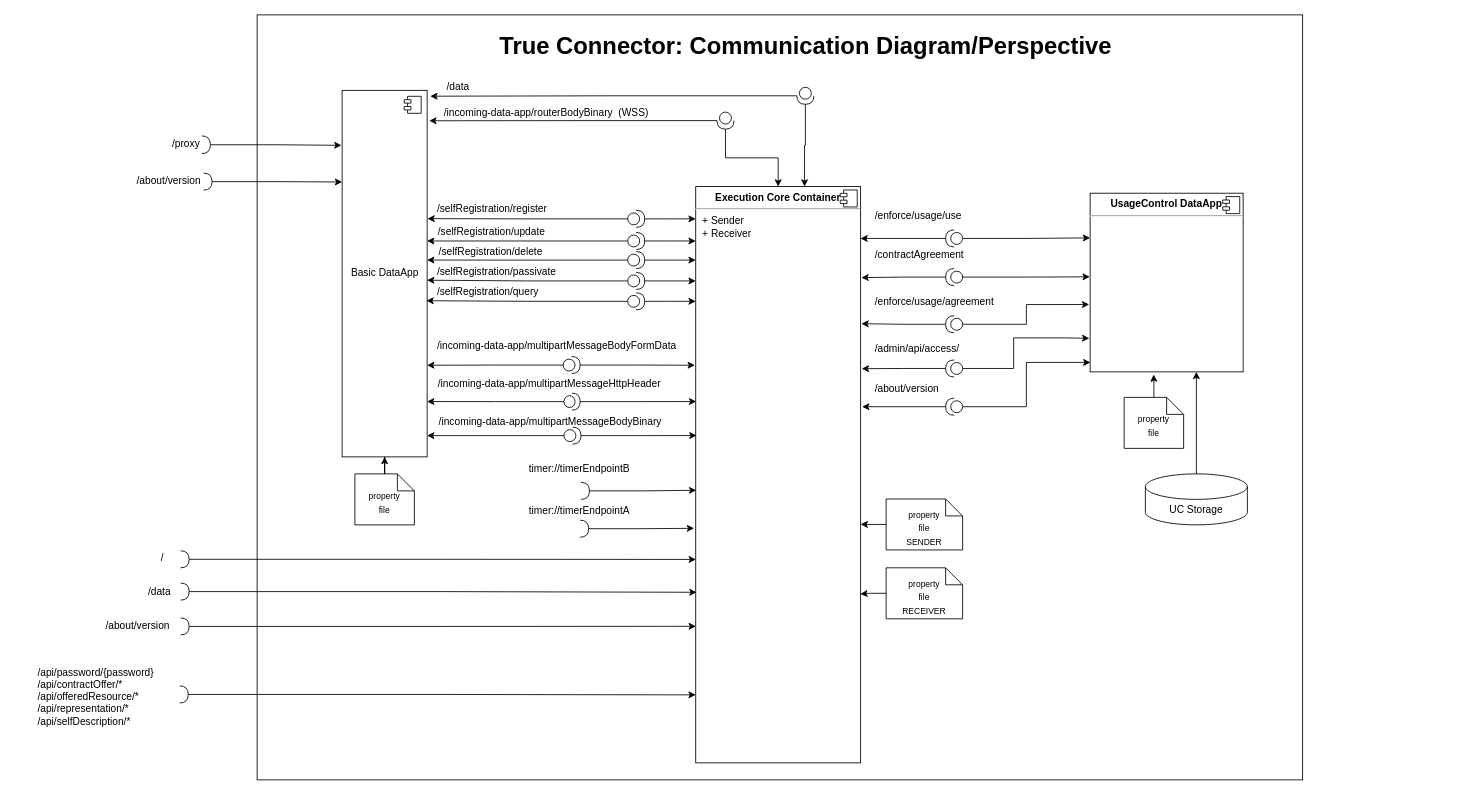
The draw.io diagram doc/diagrams/TRUEConnector diagram.drawio in Engineering-Research-and-Development/true-connector, before the edit. Source tidied: cells renumbered, new cells numbered last; positions are measured from the earlier drawing's top-left corner, leaving out a move shared by most shapes. Both pictures are drawn from the tidied source at 85%, with x=0, y=0 at pixel (36, 14).
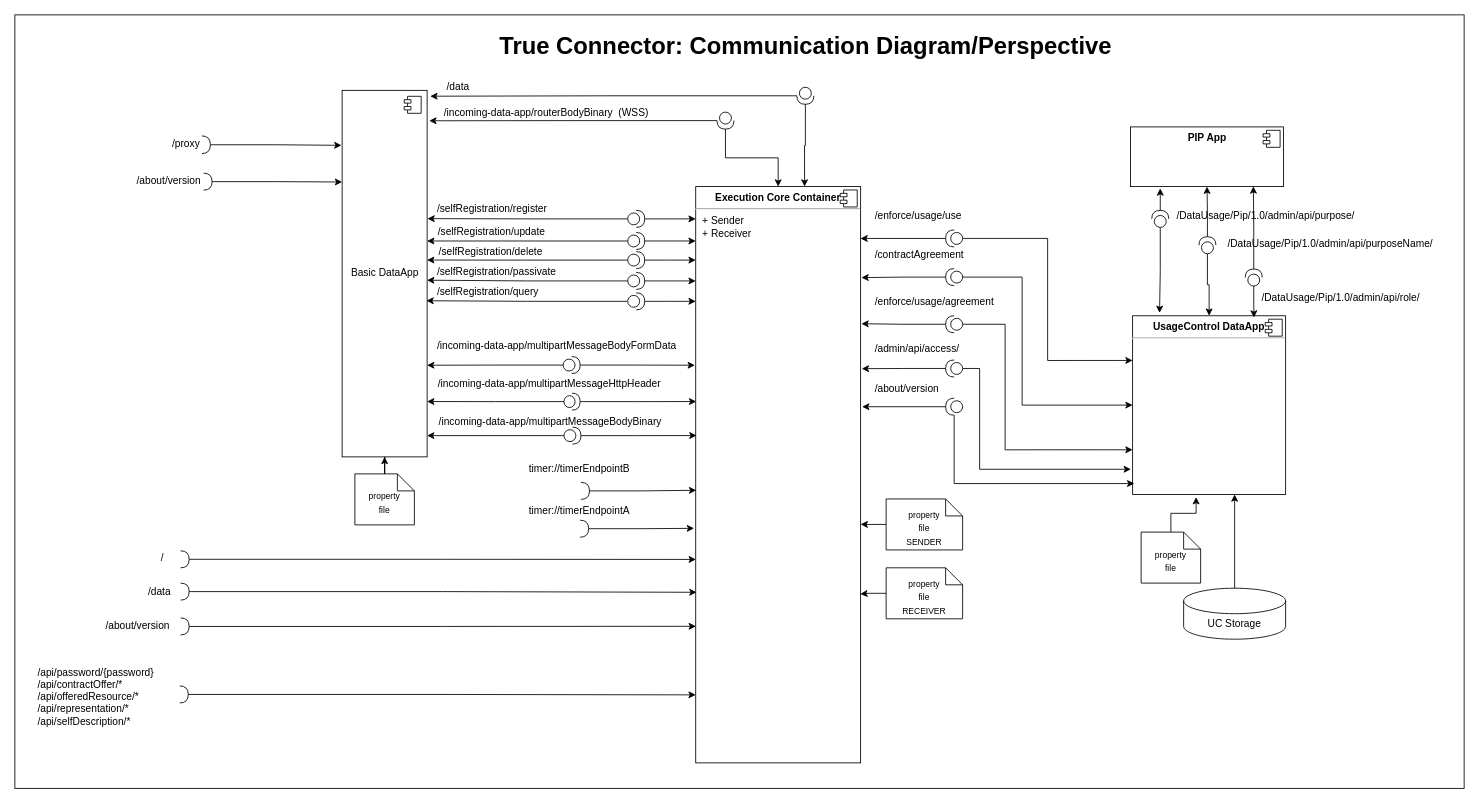
The same page after the edit.

Commit message (it also covers changes not shown here):
Updated TRUEConnector diagram

Unchanged cells that the change refers to:
```xml
<mxCell id="17" value="&lt;p style=&quot;margin:0px;margin-top:6px;text-align:center;&quot;&gt;&lt;b&gt;Execution Core Container&lt;/b&gt;&lt;/p&gt;&lt;hr&gt;&lt;p style=&quot;margin:0px;margin-left:8px;&quot;&gt;+ Sender&lt;br&gt;+ Receiver&lt;/p&gt;" style="align=left;overflow=fill;html=1;" parent="1" vertex="1">
  <mxGeometry x="776" y="202" width="194" height="678" as="geometry" />
</mxCell>
<mxCell id="75" style="shape=providedRequiredInterface;html=1;verticalLabelPosition=bottom;sketch=0;direction=west;" parent="1" vertex="1">
  <mxGeometry x="1070" y="298.5" width="20" height="20" as="geometry" />
</mxCell>
<mxCell id="78" style="shape=providedRequiredInterface;html=1;verticalLabelPosition=bottom;sketch=0;direction=west;" parent="1" vertex="1">
  <mxGeometry x="1070" y="354" width="20" height="20" as="geometry" />
</mxCell>
<mxCell id="82" style="shape=providedRequiredInterface;html=1;verticalLabelPosition=bottom;sketch=0;direction=west;" parent="1" vertex="1">
  <mxGeometry x="1070" y="406" width="20" height="20" as="geometry" />
</mxCell>
<mxCell id="104" style="shape=providedRequiredInterface;html=1;verticalLabelPosition=bottom;sketch=0;direction=west;" parent="1" vertex="1">
  <mxGeometry x="1070" y="451" width="20" height="20" as="geometry" />
</mxCell>
```

The edit, as a diff of the source:
```diff
@@
-    <mxCell id="2" style="rounded=0;whiteSpace=wrap;html=1;fontSize=10;" parent="1" vertex="1">
-      <mxGeometry x="260" width="1230" height="900" as="geometry" />
-    </mxCell>
+    <mxCell id="105" style="rounded=0;whiteSpace=wrap;html=1;" parent="1" vertex="1">
+      <mxGeometry x="-25" width="1705" height="910" as="geometry" />
+    </mxCell>
@@
     <mxCell id="5" value="&lt;p style=&quot;margin:0px;margin-top:6px;text-align:center;&quot;&gt;&lt;b&gt;UsageControl DataApp&lt;/b&gt;&lt;/p&gt;&lt;hr&gt;&lt;p style=&quot;margin:0px;margin-left:8px;&quot;&gt;&lt;br&gt;&lt;/p&gt;" style="align=left;overflow=fill;html=1;" parent="1" vertex="1">
-      <mxGeometry x="1240" y="209.8" width="180" height="210.2" as="geometry" />
+      <mxGeometry x="1290" y="354" width="180" height="210.2" as="geometry" />
     </mxCell>
@@
     <mxCell id="35" value="UC Storage" style="shape=cylinder3;whiteSpace=wrap;html=1;boundedLbl=1;backgroundOutline=1;size=15;" parent="1" vertex="1">
-      <mxGeometry x="1305" y="540" width="120" height="60" as="geometry" />
+      <mxGeometry x="1350" y="674.5" width="120" height="60" as="geometry" />
     </mxCell>
@@
-    <mxCell id="74" style="edgeStyle=orthogonalEdgeStyle;rounded=0;jettySize=auto;html=1;entryX=-0.002;entryY=0.468;entryDx=0;entryDy=0;entryPerimeter=0;fontSize=10;" parent="1" edge="1" source="75" target="5">
-      <mxGeometry relative="1" as="geometry" />
+    <mxCell id="74" style="edgeStyle=orthogonalEdgeStyle;rounded=0;jettySize=auto;html=1;entryX=0;entryY=0.5;entryDx=0;entryDy=0;" parent="1" edge="1" source="75" target="5">
+      <mxGeometry relative="1" as="geometry">
+        <Array as="points">
+          <mxPoint x="1160" y="309" />
+          <mxPoint x="1160" y="459" />
+        </Array>
+      </mxGeometry>
     </mxCell>
@@
-    <mxCell id="77" style="edgeStyle=orthogonalEdgeStyle;rounded=0;jettySize=auto;html=1;entryX=-0.006;entryY=0.623;entryDx=0;entryDy=0;entryPerimeter=0;fontSize=10;" parent="1" edge="1" source="78" target="5">
-      <mxGeometry relative="1" as="geometry" />
+    <mxCell id="77" style="edgeStyle=orthogonalEdgeStyle;rounded=0;jettySize=auto;html=1;entryX=0;entryY=0.75;entryDx=0;entryDy=0;" parent="1" edge="1" source="78" target="5">
+      <mxGeometry relative="1" as="geometry">
+        <Array as="points">
+          <mxPoint x="1140" y="364" />
+          <mxPoint x="1140" y="512" />
+        </Array>
+      </mxGeometry>
     </mxCell>
@@
+    <mxCell id="81" style="edgeStyle=orthogonalEdgeStyle;rounded=0;jettySize=auto;html=1;fontSize=10;entryX=1.007;entryY=0.316;entryDx=0;entryDy=0;entryPerimeter=0;" parent="1" edge="1" source="82" target="17">
+      <mxGeometry relative="1" as="geometry" />
+    </mxCell>
-    <mxCell id="80" style="edgeStyle=orthogonalEdgeStyle;rounded=0;jettySize=auto;html=1;fontSize=10;entryX=-0.005;entryY=0.812;entryDx=0;entryDy=0;entryPerimeter=0;" parent="1" edge="1" source="82" target="5">
+    <mxCell id="80" style="edgeStyle=orthogonalEdgeStyle;rounded=0;jettySize=auto;html=1;entryX=-0.011;entryY=0.859;entryDx=0;entryDy=0;entryPerimeter=0;" parent="1" edge="1" source="82" target="5">
       <mxGeometry relative="1" as="geometry">
         <Array as="points">
-          <mxPoint x="1150" y="416" />
-          <mxPoint x="1150" y="380" />
-          <mxPoint x="1210" y="380" />
+          <mxPoint x="1110" y="416" />
+          <mxPoint x="1110" y="535" />
         </Array>
       </mxGeometry>
     </mxCell>
-    <mxCell id="81" style="edgeStyle=orthogonalEdgeStyle;rounded=0;jettySize=auto;html=1;fontSize=10;entryX=1.007;entryY=0.316;entryDx=0;entryDy=0;entryPerimeter=0;" parent="1" edge="1" source="82" target="17">
-      <mxGeometry relative="1" as="geometry" />
-    </mxCell>
@@
     <mxCell id="101" value="&lt;p style=&quot;line-height: 30%;&quot;&gt;&lt;font style=&quot;font-size: 10px;&quot;&gt;property&lt;br&gt;file&lt;br&gt;&lt;/font&gt;&lt;/p&gt;" style="shape=note;size=20;whiteSpace=wrap;html=1;fontSize=30;" parent="1" vertex="1">
-      <mxGeometry x="1280" y="450" width="70" height="60" as="geometry" />
+      <mxGeometry x="1300" y="608.5" width="70" height="60" as="geometry" />
     </mxCell>
+    <mxCell id="103" style="edgeStyle=orthogonalEdgeStyle;rounded=0;jettySize=auto;html=1;entryX=1.009;entryY=0.382;entryDx=0;entryDy=0;entryPerimeter=0;fontSize=10;" parent="1" edge="1" source="104" target="17">
+      <mxGeometry relative="1" as="geometry" />
+    </mxCell>
-    <mxCell id="102" style="edgeStyle=orthogonalEdgeStyle;rounded=0;jettySize=auto;html=1;entryX=0.002;entryY=0.947;entryDx=0;entryDy=0;entryPerimeter=0;fontSize=10;" parent="1" edge="1" source="104" target="5">
-      <mxGeometry relative="1" as="geometry" />
+    <mxCell id="102" style="edgeStyle=orthogonalEdgeStyle;rounded=0;jettySize=auto;html=1;entryX=0.011;entryY=0.939;entryDx=0;entryDy=0;entryPerimeter=0;" parent="1" edge="1" source="104" target="5">
+      <mxGeometry relative="1" as="geometry">
+        <Array as="points">
+          <mxPoint x="1080" y="551" />
+        </Array>
+      </mxGeometry>
     </mxCell>
-    <mxCell id="103" style="edgeStyle=orthogonalEdgeStyle;rounded=0;jettySize=auto;html=1;entryX=1.009;entryY=0.382;entryDx=0;entryDy=0;entryPerimeter=0;fontSize=10;" parent="1" edge="1" source="104" target="17">
-      <mxGeometry relative="1" as="geometry" />
-    </mxCell>
@@
+    <mxCell id="106" value="&lt;p style=&quot;margin:0px;margin-top:6px;text-align:center;&quot;&gt;&lt;b&gt;PIP App&lt;/b&gt;&lt;/p&gt;" style="align=left;overflow=fill;html=1;" parent="1" vertex="1">
+      <mxGeometry x="1287.5" y="131.8" width="180" height="70.2" as="geometry" />
+    </mxCell>
+    <mxCell id="107" style="shape=component;jettyWidth=8;jettyHeight=4;" parent="106" vertex="1">
+      <mxGeometry x="1" width="20" height="20" relative="1" as="geometry">
+        <mxPoint x="-24" y="4" as="offset" />
+      </mxGeometry>
+    </mxCell>
+    <mxCell id="108" style="edgeStyle=orthogonalEdgeStyle;rounded=0;jettySize=auto;html=1;entryX=0.194;entryY=1.031;entryDx=0;entryDy=0;entryPerimeter=0;" parent="1" edge="1" source="110" target="106">
+      <mxGeometry relative="1" as="geometry" />
+    </mxCell>
+    <mxCell id="109" style="edgeStyle=orthogonalEdgeStyle;rounded=0;jettySize=auto;html=1;entryX=0.176;entryY=-0.016;entryDx=0;entryDy=0;entryPerimeter=0;" parent="1" edge="1" source="110" target="5">
+      <mxGeometry relative="1" as="geometry" />
+    </mxCell>
+    <mxCell id="110" style="shape=providedRequiredInterface;html=1;verticalLabelPosition=bottom;sketch=0;direction=north;" parent="1" vertex="1">
+      <mxGeometry x="1312.5" y="230" width="20" height="20" as="geometry" />
+    </mxCell>
+    <mxCell id="111" style="edgeStyle=orthogonalEdgeStyle;rounded=0;jettySize=auto;html=1;entryX=0.5;entryY=1;entryDx=0;entryDy=0;" parent="1" edge="1" source="113" target="106">
+      <mxGeometry relative="1" as="geometry" />
+    </mxCell>
+    <mxCell id="112" style="edgeStyle=orthogonalEdgeStyle;rounded=0;jettySize=auto;html=1;entryX=0.5;entryY=0;entryDx=0;entryDy=0;" parent="1" edge="1" source="113" target="5">
+      <mxGeometry relative="1" as="geometry" />
+    </mxCell>
+    <mxCell id="113" style="shape=providedRequiredInterface;html=1;verticalLabelPosition=bottom;sketch=0;direction=north;" parent="1" vertex="1">
+      <mxGeometry x="1368" y="261" width="20" height="20" as="geometry" />
+    </mxCell>
+    <mxCell id="114" style="edgeStyle=orthogonalEdgeStyle;rounded=0;jettySize=auto;html=1;entryX=0.803;entryY=0.997;entryDx=0;entryDy=0;entryPerimeter=0;" parent="1" edge="1" source="116" target="106">
+      <mxGeometry relative="1" as="geometry" />
+    </mxCell>
+    <mxCell id="115" style="edgeStyle=orthogonalEdgeStyle;rounded=0;jettySize=auto;html=1;entryX=0.793;entryY=0.01;entryDx=0;entryDy=0;entryPerimeter=0;" parent="1" edge="1" source="116" target="5">
+      <mxGeometry relative="1" as="geometry" />
+    </mxCell>
+    <mxCell id="116" style="shape=providedRequiredInterface;html=1;verticalLabelPosition=bottom;sketch=0;direction=north;" parent="1" vertex="1">
+      <mxGeometry x="1422.5" y="299" width="20" height="20" as="geometry" />
+    </mxCell>
+    <mxCell id="117" value="/DataUsage/Pip/1.0/admin/api/purpose/" style="text;whiteSpace=wrap;html=1;" parent="1" vertex="1">
+      <mxGeometry x="1340" y="223" width="140" height="30" as="geometry" />
+    </mxCell>
+    <mxCell id="118" value="/DataUsage/Pip/1.0/admin/api/purposeName/" style="text;whiteSpace=wrap;html=1;" parent="1" vertex="1">
+      <mxGeometry x="1400" y="256" width="140" height="30" as="geometry" />
+    </mxCell>
+    <mxCell id="119" value="/DataUsage/Pip/1.0/admin/api/role/" style="text;whiteSpace=wrap;html=1;" parent="1" vertex="1">
+      <mxGeometry x="1440" y="318.5" width="140" height="30" as="geometry" />
+    </mxCell>
```
